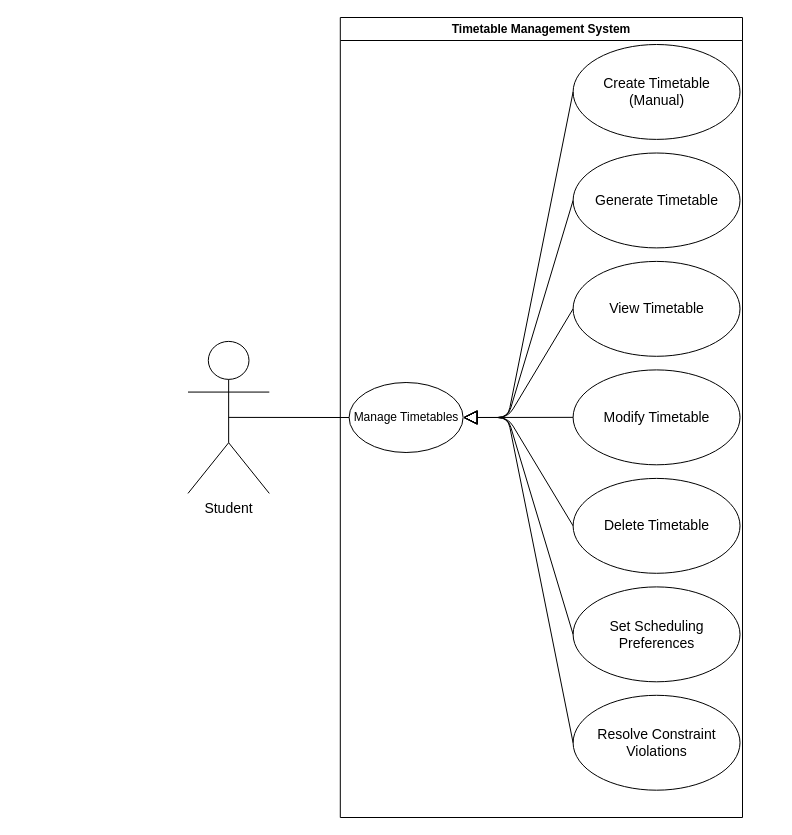
Before: page "Timetable Management" (4 of 12) of docs/diagrams/requirements/Requirements.drawio in COS301-SE-2026/UMTAS, a draw.io diagram. Source tidied: cells renumbered, new cells numbered last; positions are measured from the earlier drawing's top-left corner, leaving out a move shared by most shapes. Both pictures are drawn from the tidied source at 100%, with x=0, y=0 at pixel (184, 17).
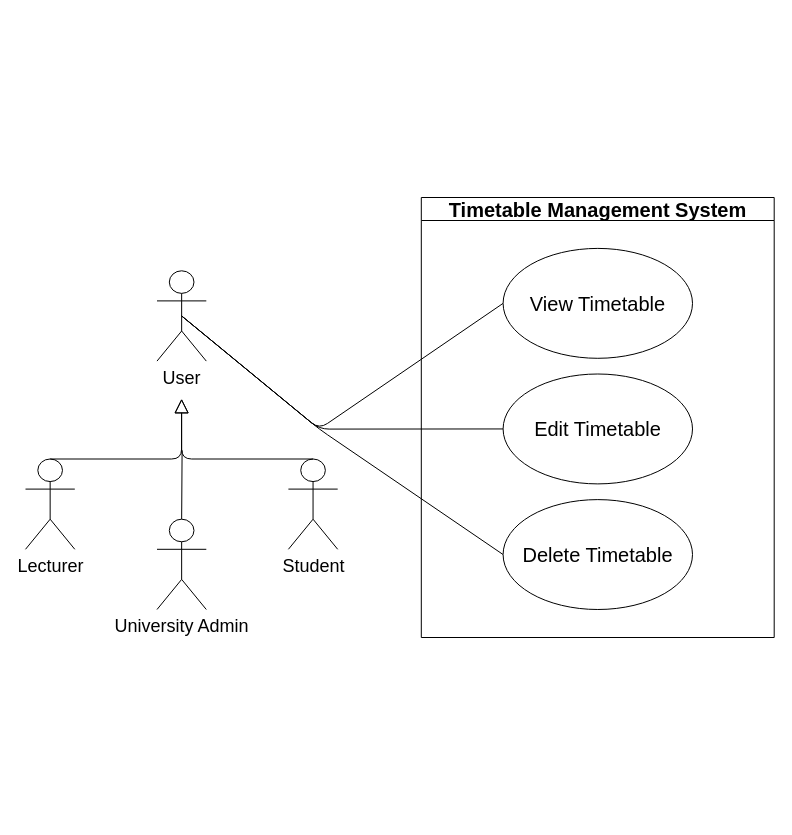
The same diagram, later.

The edit, as a diff of the source:
```diff
@@
-    <mxCell id="2" style="group;" parent="1" vertex="1">
-      <mxGeometry width="558" height="800" as="geometry" />
-    </mxCell>
-    <mxCell id="3" style="group;" parent="2" vertex="1">
-      <mxGeometry x="41.8" width="516.2" height="800" as="geometry" />
-    </mxCell>
+    <mxCell id="22" style="group;" parent="1" vertex="1">
+      <mxGeometry x="-159" y="180" width="748.8" height="440" as="geometry" />
+    </mxCell>
-    <mxCell id="4" value="Timetable Management System" style="swimlane;whiteSpace=wrap;html=1;" parent="3" vertex="1">
-      <mxGeometry x="114" width="402.2" height="800" as="geometry" />
+    <mxCell id="4" value="&lt;font style=&quot;font-size: 20px;&quot;&gt;Timetable Management System&lt;/font&gt;" style="swimlane;whiteSpace=wrap;html=1;" parent="22" vertex="1">
+      <mxGeometry x="395.8" width="352.9" height="440" as="geometry" />
     </mxCell>
-    <mxCell id="5" value="&lt;font style=&quot;font-size: 14px;&quot;&gt;Create Timetable (Manual)&lt;/font&gt;" style="ellipse;whiteSpace=wrap;html=1;" parent="4" vertex="1">
-      <mxGeometry x="232.8" y="27" width="166.9" height="94.9" as="geometry" />
-    </mxCell>
-    <mxCell id="6" value="&lt;font style=&quot;font-size: 14px;&quot;&gt;Generate Timetable&lt;/font&gt;" style="ellipse;whiteSpace=wrap;html=1;" parent="4" vertex="1">
-      <mxGeometry x="232.8" y="135.5" width="166.9" height="94.9" as="geometry" />
-    </mxCell>
+    <mxCell id="21" style="endArrow=none;html=1;exitX=0.5;exitY=0.5;exitDx=0;exitDy=0;exitPerimeter=0;entryX=0;entryY=0.5;entryDx=0;entryDy=0;" parent="22" edge="1" source="24" target="11">
+      <mxGeometry relative="1" as="geometry">
+        <Array as="points">
+          <mxPoint x="293.7" y="231.6" />
+        </Array>
+      </mxGeometry>
+    </mxCell>
+    <mxCell id="23" style="endArrow=none;html=1;exitX=0.5;exitY=0;exitDx=0;exitDy=0;exitPerimeter=0;" parent="22" edge="1" source="26">
+      <mxGeometry relative="1" as="geometry">
+        <mxPoint x="156.6" y="252.9" as="targetPoint" />
+      </mxGeometry>
+    </mxCell>
+    <mxCell id="24" value="&lt;font style=&quot;font-size: 18px;&quot;&gt;User&lt;/font&gt;" style="shape=umlActor;verticalLabelPosition=bottom;verticalAlign=top;html=1;outlineConnect=0;" parent="22" vertex="1">
+      <mxGeometry x="131.5" y="73.3" width="49.3" height="90.3" as="geometry" />
+    </mxCell>
+    <mxCell id="25" value="&lt;font style=&quot;font-size: 18px;&quot;&gt;Lecturer&lt;/font&gt;" style="shape=umlActor;verticalLabelPosition=bottom;verticalAlign=top;html=1;outlineConnect=0;" parent="22" vertex="1">
+      <mxGeometry y="261.5" width="49.3" height="90.3" as="geometry" />
+    </mxCell>
+    <mxCell id="26" value="&lt;font style=&quot;font-size: 18px;&quot;&gt;University Admin&lt;/font&gt;" style="shape=umlActor;verticalLabelPosition=bottom;verticalAlign=top;html=1;outlineConnect=0;" parent="22" vertex="1">
+      <mxGeometry x="131.5" y="321.7" width="49.3" height="90.3" as="geometry" />
+    </mxCell>
+    <mxCell id="20" value="&lt;font style=&quot;font-size: 18px;&quot;&gt;Student&lt;/font&gt;" style="shape=umlActor;verticalLabelPosition=bottom;verticalAlign=top;html=1;outlineConnect=0;" parent="22" vertex="1">
+      <mxGeometry x="262.9" y="261.5" width="49.3" height="90.3" as="geometry" />
+    </mxCell>
+    <mxCell id="27" style="edgeStyle=none;html=1;endSize=12;endArrow=block;endFill=0;exitX=0.5;exitY=0;exitDx=0;exitDy=0;exitPerimeter=0;" parent="22" edge="1" source="25">
+      <mxGeometry relative="1" as="geometry">
+        <mxPoint x="156.1" y="201.3" as="targetPoint" />
+        <Array as="points">
+          <mxPoint x="156.1" y="261.5" />
+        </Array>
+      </mxGeometry>
+    </mxCell>
+    <mxCell id="28" style="edgeStyle=none;html=1;endSize=12;endArrow=block;endFill=0;exitX=0.5;exitY=0;exitDx=0;exitDy=0;exitPerimeter=0;" parent="22" edge="1" source="20">
+      <mxGeometry relative="1" as="geometry">
+        <mxPoint x="156.1" y="201.3" as="targetPoint" />
+        <Array as="points">
+          <mxPoint x="156.1" y="261.5" />
+        </Array>
+      </mxGeometry>
+    </mxCell>
+    <mxCell id="29" style="endArrow=none;html=1;exitX=0.5;exitY=0.5;exitDx=0;exitDy=0;exitPerimeter=0;entryX=0;entryY=0.5;entryDx=0;entryDy=0;" parent="22" edge="1" source="24" target="10">
+      <mxGeometry relative="1" as="geometry">
+        <Array as="points">
+          <mxPoint x="293.7" y="231.6" />
+        </Array>
+      </mxGeometry>
+    </mxCell>
+    <mxCell id="30" style="endArrow=none;html=1;exitX=0.5;exitY=0.5;exitDx=0;exitDy=0;exitPerimeter=0;entryX=0;entryY=0.5;entryDx=0;entryDy=0;" parent="22" edge="1" source="24" target="7">
+      <mxGeometry relative="1" as="geometry">
+        <Array as="points">
+          <mxPoint x="293.7" y="231.6" />
+        </Array>
+      </mxGeometry>
+    </mxCell>
+    <mxCell id="10" value="&lt;font style=&quot;font-size: 20px;&quot;&gt;Delete Timetable&lt;/font&gt;" style="ellipse;whiteSpace=wrap;html=1;" parent="22" vertex="1">
+      <mxGeometry x="477.6" y="302.1" width="189.4" height="109.9" as="geometry" />
+    </mxCell>
-    <mxCell id="7" value="&lt;font style=&quot;font-size: 14px;&quot;&gt;Modify Timetable&lt;/font&gt;" style="ellipse;whiteSpace=wrap;html=1;" parent="4" vertex="1">
-      <mxGeometry x="232.8" y="352.4" width="166.9" height="94.9" as="geometry" />
+    <mxCell id="7" value="&lt;font style=&quot;font-size: 20px;&quot;&gt;Edit Timetable&lt;/font&gt;" style="ellipse;whiteSpace=wrap;html=1;" parent="22" vertex="1">
+      <mxGeometry x="477.6" y="176.5" width="189.4" height="109.9" as="geometry" />
     </mxCell>
-    <mxCell id="8" value="&lt;font style=&quot;font-size: 14px;&quot;&gt;Set Scheduling Preferences&lt;/font&gt;" style="ellipse;whiteSpace=wrap;html=1;" parent="4" vertex="1">
-      <mxGeometry x="232.8" y="569.4" width="166.9" height="94.9" as="geometry" />
-    </mxCell>
-    <mxCell id="9" value="&lt;font style=&quot;font-size: 14px;&quot;&gt;Resolve Constraint Violations&lt;/font&gt;" style="ellipse;whiteSpace=wrap;html=1;" parent="4" vertex="1">
-      <mxGeometry x="232.8" y="677.8" width="166.9" height="94.9" as="geometry" />
-    </mxCell>
-    <mxCell id="10" value="&lt;font style=&quot;font-size: 14px;&quot;&gt;Delete Timetable&lt;/font&gt;" style="ellipse;whiteSpace=wrap;html=1;" parent="4" vertex="1">
-      <mxGeometry x="232.8" y="460.9" width="166.9" height="94.9" as="geometry" />
-    </mxCell>
-    <mxCell id="11" value="&lt;font style=&quot;font-size: 14px;&quot;&gt;View Timetable&lt;/font&gt;" style="ellipse;whiteSpace=wrap;html=1;" parent="4" vertex="1">
-      <mxGeometry x="232.8" y="243.9" width="166.9" height="94.9" as="geometry" />
+    <mxCell id="11" value="&lt;font style=&quot;font-size: 20px;&quot;&gt;View Timetable&lt;/font&gt;" style="ellipse;whiteSpace=wrap;html=1;" parent="22" vertex="1">
+      <mxGeometry x="477.6" y="50.9" width="189.4" height="109.9" as="geometry" />
     </mxCell>
-    <mxCell id="12" value="Manage Timetables" style="ellipse;whiteSpace=wrap;html=1;" parent="4" vertex="1">
-      <mxGeometry x="8.8" y="365" width="114" height="70" as="geometry" />
-    </mxCell>
-    <mxCell id="13" style="edgeStyle=none;html=1;endSize=12;endArrow=block;endFill=0;exitX=0;exitY=0.5;exitDx=0;exitDy=0;entryX=1;entryY=0.5;entryDx=0;entryDy=0;" parent="4" edge="1" source="9" target="12">
-      <mxGeometry relative="1" as="geometry">
-        <Array as="points">
-          <mxPoint x="167.6" y="400" />
-        </Array>
-      </mxGeometry>
-    </mxCell>
-    <mxCell id="14" style="edgeStyle=none;html=1;endSize=12;endArrow=block;endFill=0;exitX=0;exitY=0.5;exitDx=0;exitDy=0;entryX=1;entryY=0.5;entryDx=0;entryDy=0;" parent="4" edge="1" source="7" target="12">
-      <mxGeometry relative="1" as="geometry" />
-    </mxCell>
-    <mxCell id="15" style="edgeStyle=none;html=1;endSize=12;endArrow=block;endFill=0;exitX=0;exitY=0.5;exitDx=0;exitDy=0;entryX=1;entryY=0.5;entryDx=0;entryDy=0;" parent="4" edge="1" source="10" target="12">
-      <mxGeometry relative="1" as="geometry">
-        <Array as="points">
-          <mxPoint x="167.6" y="400" />
-        </Array>
-      </mxGeometry>
-    </mxCell>
-    <mxCell id="16" style="edgeStyle=none;html=1;endSize=12;endArrow=block;endFill=0;exitX=0;exitY=0.5;exitDx=0;exitDy=0;entryX=1;entryY=0.5;entryDx=0;entryDy=0;" parent="4" edge="1" source="8" target="12">
-      <mxGeometry relative="1" as="geometry">
-        <Array as="points">
-          <mxPoint x="167.6" y="400" />
-        </Array>
-      </mxGeometry>
-    </mxCell>
-    <mxCell id="17" style="edgeStyle=none;html=1;endSize=12;endArrow=block;endFill=0;exitX=0;exitY=0.5;exitDx=0;exitDy=0;entryX=1;entryY=0.5;entryDx=0;entryDy=0;" parent="4" edge="1" source="11" target="12">
-      <mxGeometry relative="1" as="geometry">
-        <Array as="points">
-          <mxPoint x="167.6" y="400" />
-        </Array>
-      </mxGeometry>
-    </mxCell>
-    <mxCell id="18" style="edgeStyle=none;html=1;endSize=12;endArrow=block;endFill=0;exitX=0;exitY=0.5;exitDx=0;exitDy=0;entryX=1;entryY=0.5;entryDx=0;entryDy=0;" parent="4" edge="1" source="6" target="12">
-      <mxGeometry relative="1" as="geometry">
-        <Array as="points">
-          <mxPoint x="167.6" y="400" />
-        </Array>
-      </mxGeometry>
-    </mxCell>
-    <mxCell id="19" style="edgeStyle=none;html=1;endSize=12;endArrow=block;endFill=0;exitX=0;exitY=0.5;exitDx=0;exitDy=0;entryX=1;entryY=0.5;entryDx=0;entryDy=0;" parent="4" edge="1" source="5" target="12">
-      <mxGeometry relative="1" as="geometry">
-        <Array as="points">
-          <mxPoint x="167.6" y="400" />
-        </Array>
-      </mxGeometry>
-    </mxCell>
-    <mxCell id="20" value="&lt;font style=&quot;font-size: 14px;&quot;&gt;Student&lt;/font&gt;" style="shape=umlActor;verticalLabelPosition=bottom;verticalAlign=top;html=1;" parent="3" vertex="1">
-      <mxGeometry x="-38.3" y="323.9" width="81.3" height="152" as="geometry" />
-    </mxCell>
-    <mxCell id="21" style="endArrow=none;html=1;exitX=0.5;exitY=0.5;exitDx=0;exitDy=0;exitPerimeter=0;entryX=0;entryY=0.5;entryDx=0;entryDy=0;" parent="3" edge="1" source="20" target="12">
-      <mxGeometry relative="1" as="geometry" />
-    </mxCell>
```
